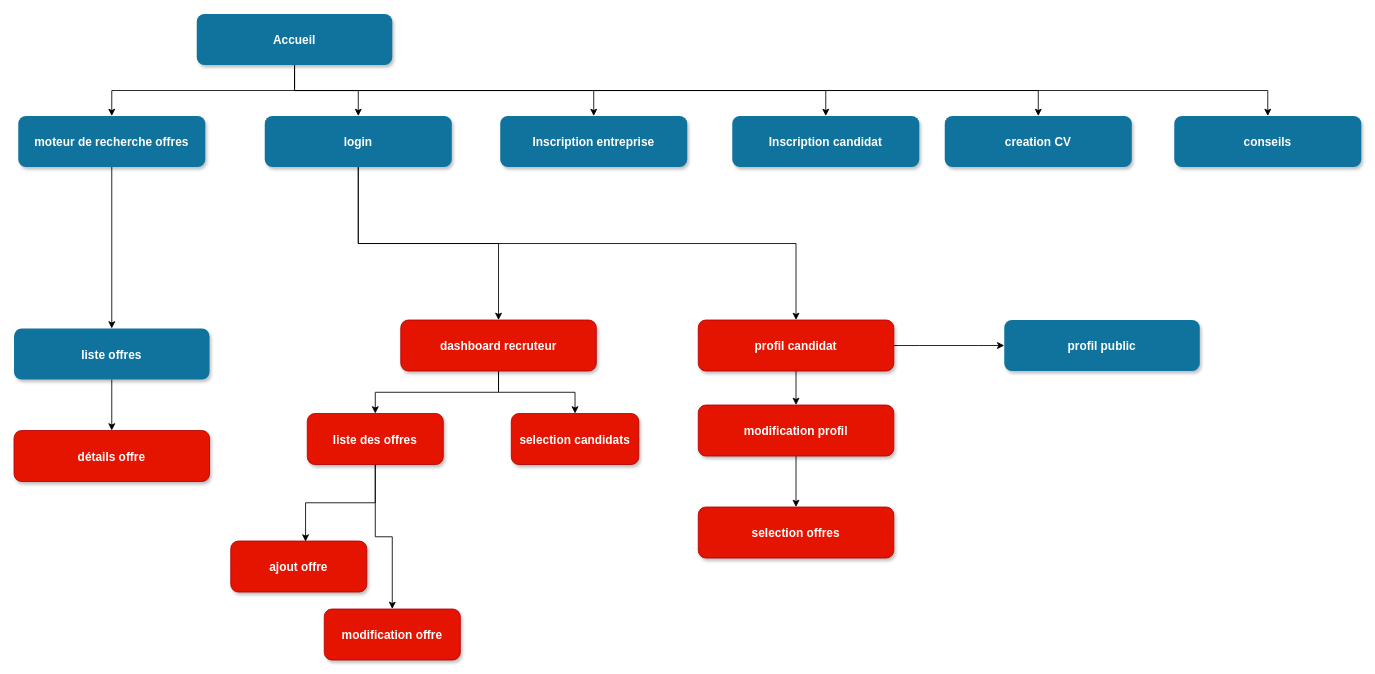
This is doc/Navigation.drawio from cangui2/candidatheque, a draw.io file, before an edit. Source tidied: cells renumbered, new cells numbered last; positions are measured from the earlier drawing's top-left corner, leaving out a move shared by most shapes. Both pictures are drawn from the tidied source at 85%, with x=0, y=0 at pixel (14, 14).
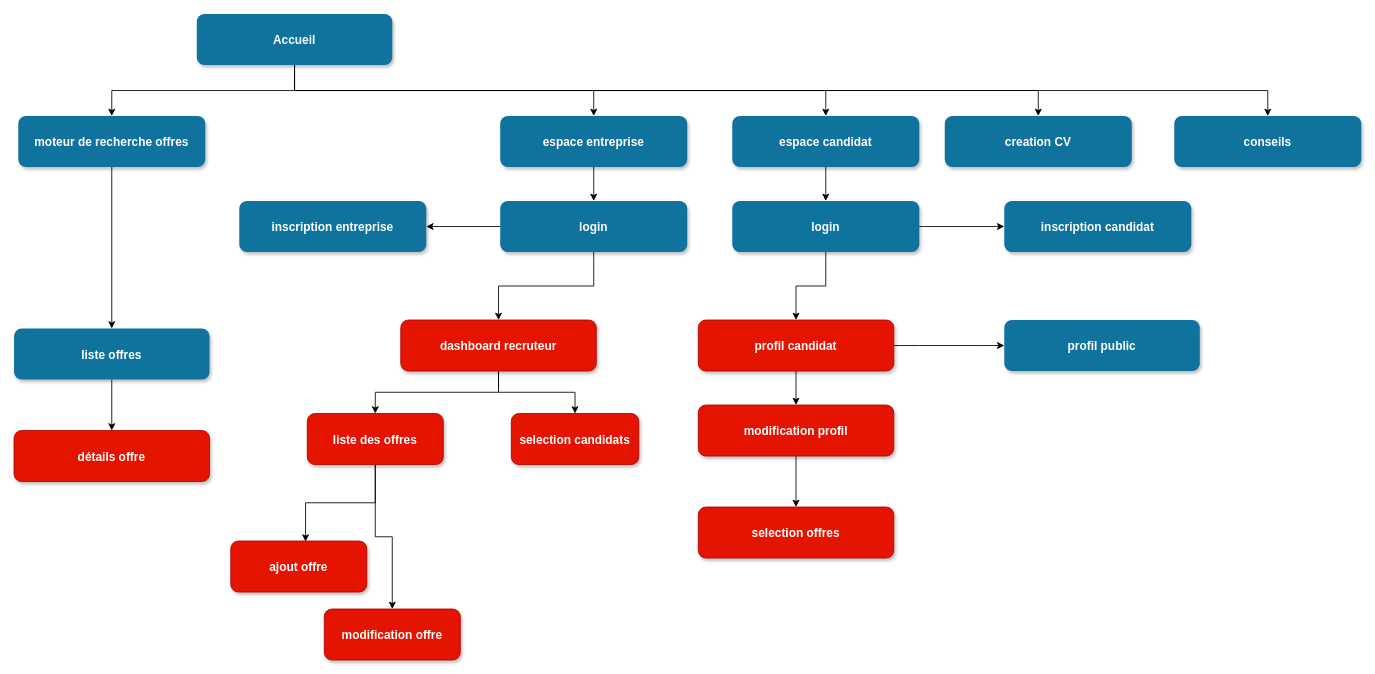
After the change.

Commit message:
graphe de navigation

Unchanged cells that the change refers to:
```xml
<mxCell id="8" value="Accueil" style="rounded=1;fillColor=#10739E;strokeColor=none;shadow=1;gradientColor=none;fontStyle=1;fontColor=#FFFFFF;fontSize=14;" parent="1" vertex="1">
  <mxGeometry x="215" width="230" height="60" as="geometry" />
</mxCell>
<mxCell id="20" value="dashboard recruteur" style="rounded=1;fillColor=#e51400;strokeColor=#B20000;shadow=1;fontStyle=1;fontColor=#ffffff;fontSize=14;" parent="1" vertex="1">
  <mxGeometry x="455" y="360" width="230" height="60" as="geometry" />
</mxCell>
<mxCell id="23" value="profil candidat" style="rounded=1;fillColor=#e51400;strokeColor=#B20000;shadow=1;fontStyle=1;fontColor=#ffffff;fontSize=14;" parent="1" vertex="1">
  <mxGeometry x="805" y="360" width="230" height="60" as="geometry" />
</mxCell>
```

The edit, as a diff of the source:
```diff
@@
-    <mxCell id="3" style="edgeStyle=orthogonalEdgeStyle;rounded=0;jettySize=auto;html=1;" parent="1" edge="1" source="8" target="13">
-      <mxGeometry relative="1" as="geometry" />
-    </mxCell>
@@
+    <mxCell id="37" style="edgeStyle=orthogonalEdgeStyle;rounded=0;jettySize=auto;html=1;" parent="1" edge="1" source="9" target="13">
+      <mxGeometry relative="1" as="geometry" />
+    </mxCell>
-    <mxCell id="9" value="Inscription candidat" style="rounded=1;fillColor=#10739E;strokeColor=none;shadow=1;gradientColor=none;fontStyle=1;fontColor=#FFFFFF;fontSize=14;" parent="1" vertex="1">
+    <mxCell id="9" value="espace candidat" style="rounded=1;fillColor=#10739E;strokeColor=none;shadow=1;gradientColor=none;fontStyle=1;fontColor=#FFFFFF;fontSize=14;" parent="1" vertex="1">
       <mxGeometry x="845" y="120" width="220" height="60" as="geometry" />
     </mxCell>
+    <mxCell id="38" style="edgeStyle=orthogonalEdgeStyle;rounded=0;jettySize=auto;html=1;" parent="1" edge="1" source="10" target="44">
+      <mxGeometry relative="1" as="geometry" />
+    </mxCell>
-    <mxCell id="10" value="Inscription entreprise" style="rounded=1;fillColor=#10739E;strokeColor=none;shadow=1;gradientColor=none;fontStyle=1;fontColor=#FFFFFF;fontSize=14;" parent="1" vertex="1">
+    <mxCell id="10" value="espace entreprise" style="rounded=1;fillColor=#10739E;strokeColor=none;shadow=1;gradientColor=none;fontStyle=1;fontColor=#FFFFFF;fontSize=14;" parent="1" vertex="1">
       <mxGeometry x="572" y="120" width="220" height="60" as="geometry" />
     </mxCell>
-    <mxCell id="11" style="edgeStyle=orthogonalEdgeStyle;rounded=0;jettySize=auto;html=1;entryX=0.5;entryY=0;entryDx=0;entryDy=0;" parent="1" edge="1" source="13" target="20">
-      <mxGeometry relative="1" as="geometry" />
-    </mxCell>
+    <mxCell id="39" style="edgeStyle=orthogonalEdgeStyle;rounded=0;jettySize=auto;html=1;" parent="1" edge="1" source="13" target="40">
+      <mxGeometry relative="1" as="geometry" />
+    </mxCell>
-    <mxCell id="12" style="edgeStyle=orthogonalEdgeStyle;rounded=0;jettySize=auto;html=1;" parent="1" edge="1" source="13" target="23">
-      <mxGeometry relative="1" as="geometry">
-        <Array as="points">
-          <mxPoint x="405" y="270" />
-          <mxPoint x="920" y="270" />
-        </Array>
-      </mxGeometry>
+    <mxCell id="12" style="edgeStyle=orthogonalEdgeStyle;rounded=0;jettySize=auto;html=1;entryX=0.5;entryY=0;entryDx=0;entryDy=0;" parent="1" edge="1" source="13" target="23">
+      <mxGeometry relative="1" as="geometry" />
     </mxCell>
     <mxCell id="13" value="login" style="rounded=1;fillColor=#10739E;strokeColor=none;shadow=1;gradientColor=none;fontStyle=1;fontColor=#FFFFFF;fontSize=14;" parent="1" vertex="1">
-      <mxGeometry x="295" y="120" width="220" height="60" as="geometry" />
+      <mxGeometry x="845" y="220" width="220" height="60" as="geometry" />
     </mxCell>
@@
+    <mxCell id="40" value="inscription candidat" style="rounded=1;fillColor=#10739E;strokeColor=none;shadow=1;gradientColor=none;fontStyle=1;fontColor=#FFFFFF;fontSize=14;" parent="1" vertex="1">
+      <mxGeometry x="1165" y="220" width="220" height="60" as="geometry" />
+    </mxCell>
+    <mxCell id="41" value="inscription entreprise" style="rounded=1;fillColor=#10739E;strokeColor=none;shadow=1;gradientColor=none;fontStyle=1;fontColor=#FFFFFF;fontSize=14;" parent="1" vertex="1">
+      <mxGeometry x="265" y="220" width="220" height="60" as="geometry" />
+    </mxCell>
+    <mxCell id="42" style="edgeStyle=orthogonalEdgeStyle;rounded=0;jettySize=auto;html=1;entryX=1;entryY=0.5;entryDx=0;entryDy=0;" parent="1" edge="1" source="44" target="41">
+      <mxGeometry relative="1" as="geometry" />
+    </mxCell>
+    <mxCell id="43" style="edgeStyle=orthogonalEdgeStyle;rounded=0;jettySize=auto;html=1;entryX=0.5;entryY=0;entryDx=0;entryDy=0;" parent="1" edge="1" source="44" target="20">
+      <mxGeometry relative="1" as="geometry" />
+    </mxCell>
+    <mxCell id="44" value="login" style="rounded=1;fillColor=#10739E;strokeColor=none;shadow=1;gradientColor=none;fontStyle=1;fontColor=#FFFFFF;fontSize=14;" parent="1" vertex="1">
+      <mxGeometry x="572" y="220" width="220" height="60" as="geometry" />
+    </mxCell>
```
